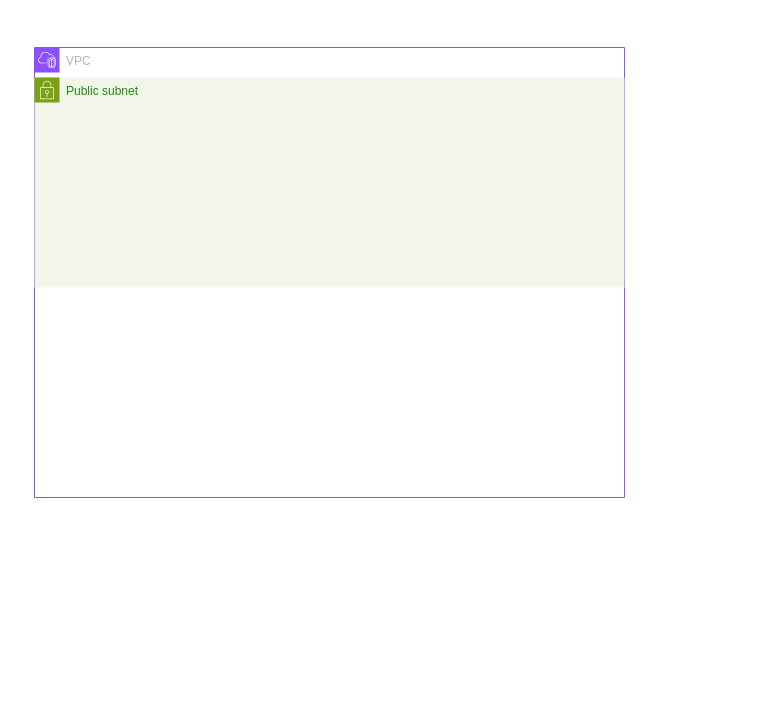
Earlier version of the draw.io diagram Grupos_Seguridad.drawio (Kriptyon/TFG). Source tidied: cells renumbered, new cells numbered last; positions are measured from the earlier drawing's top-left corner, leaving out a move shared by most shapes. Both pictures are drawn from the tidied source at 100%, with x=0, y=0 at pixel (34, 47).
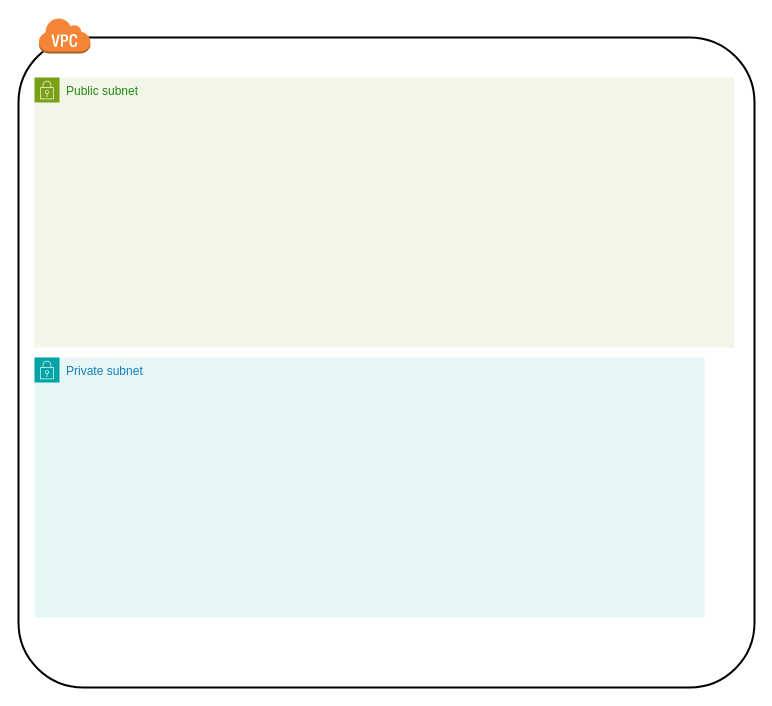
The same diagram, later.

Change to the diagram source:
```diff
@@
 <mxGraphModel>
   <root>
     <mxCell id="0" />
     <mxCell id="1" parent="0" />
-    <mxCell id="2" value="VPC" style="gradientColor=none;html=1;whiteSpace=wrap;fontSize=12;fontStyle=0;shape=mxgraph.aws4.group;grIcon=mxgraph.aws4.group_vpc2;strokeColor=#8C4FFF;fillColor=none;verticalAlign=top;align=left;spacingLeft=30;fontColor=#AAB7B8;dashed=0;" parent="1" vertex="1">
-      <mxGeometry width="590" height="450" as="geometry" />
-    </mxCell>
     <mxCell id="3" value="Public subnet" style="gradientColor=none;html=1;whiteSpace=wrap;fontSize=12;fontStyle=0;shape=mxgraph.aws4.group;grIcon=mxgraph.aws4.group_security_group;grStroke=0;strokeColor=#7AA116;fillColor=#F2F6E8;verticalAlign=top;align=left;spacingLeft=30;fontColor=#248814;dashed=0;" parent="1" vertex="1">
-      <mxGeometry y="30" width="590" height="210" as="geometry" />
+      <mxGeometry y="30" width="700" height="270" as="geometry" />
     </mxCell>
+    <mxCell id="4" style="rounded=1;arcSize=10;dashed=0;fillColor=none;gradientColor=none;strokeWidth=2;" parent="3" vertex="1">
+      <mxGeometry x="-16" y="-40" width="736" height="650" as="geometry" />
+    </mxCell>
+    <mxCell id="5" style="dashed=0;html=1;shape=mxgraph.aws3.virtual_private_cloud;fillColor=#F58536;gradientColor=none;dashed=0;" parent="3" vertex="1">
+      <mxGeometry x="4" y="-60" width="52" height="36" as="geometry" />
+    </mxCell>
+    <mxCell id="6" value="Private subnet" style="gradientColor=none;html=1;whiteSpace=wrap;fontSize=12;fontStyle=0;shape=mxgraph.aws4.group;grIcon=mxgraph.aws4.group_security_group;grStroke=0;strokeColor=#00A4A6;fillColor=#E6F6F7;verticalAlign=top;align=left;spacingLeft=30;fontColor=#147EBA;dashed=0;" parent="1" vertex="1">
+      <mxGeometry y="310" width="670" height="260" as="geometry" />
+    </mxCell>
   </root>
 </mxGraphModel>
```
